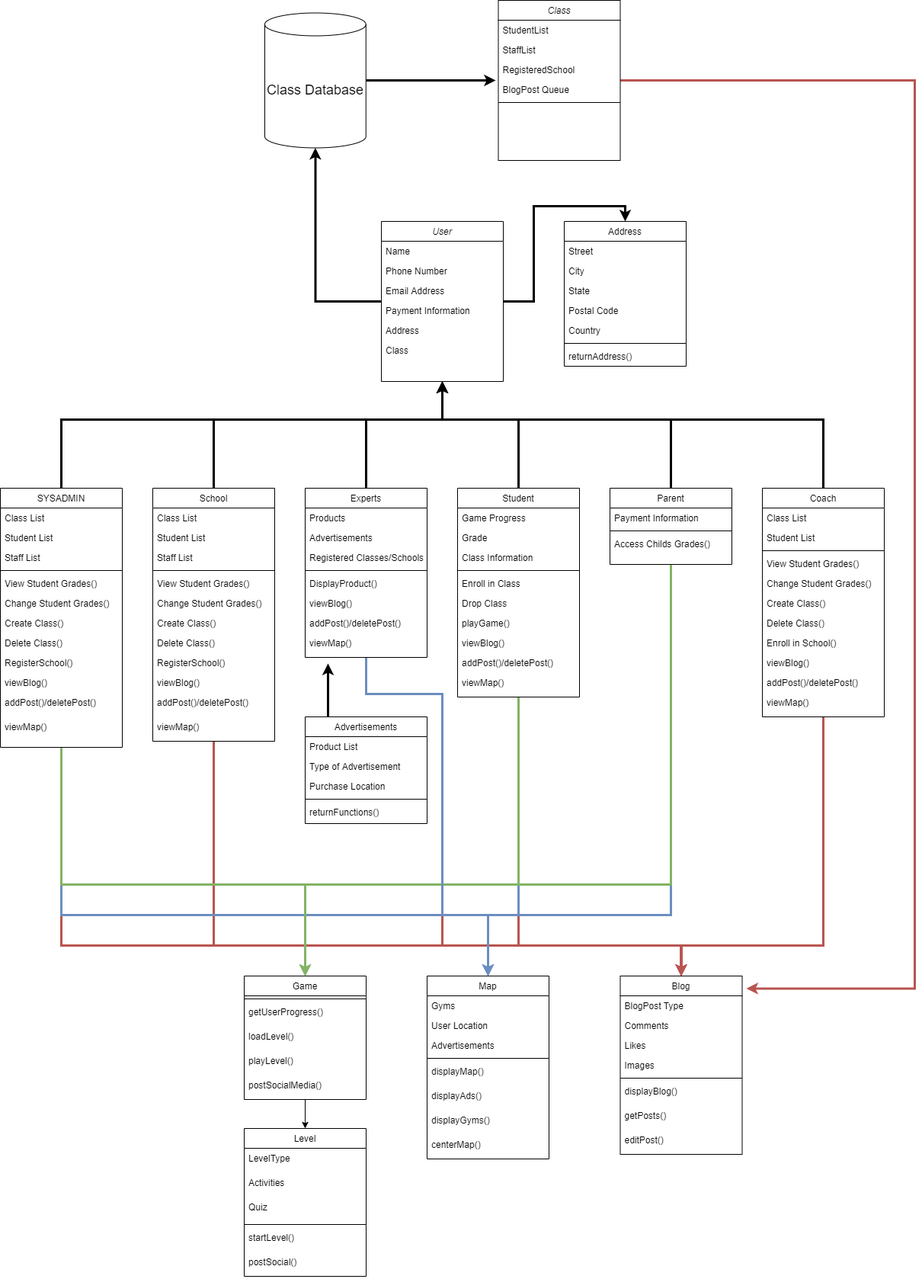
Hanandrof/Group-3-Repository keeps this draw.io diagram as Deliverables/Week_4/Class Diagram.png. Above is the earlier version. Source tidied: cells renumbered, new cells last; positions are measured from the earlier drawing's top-left corner, leaving out a move shared by most shapes.
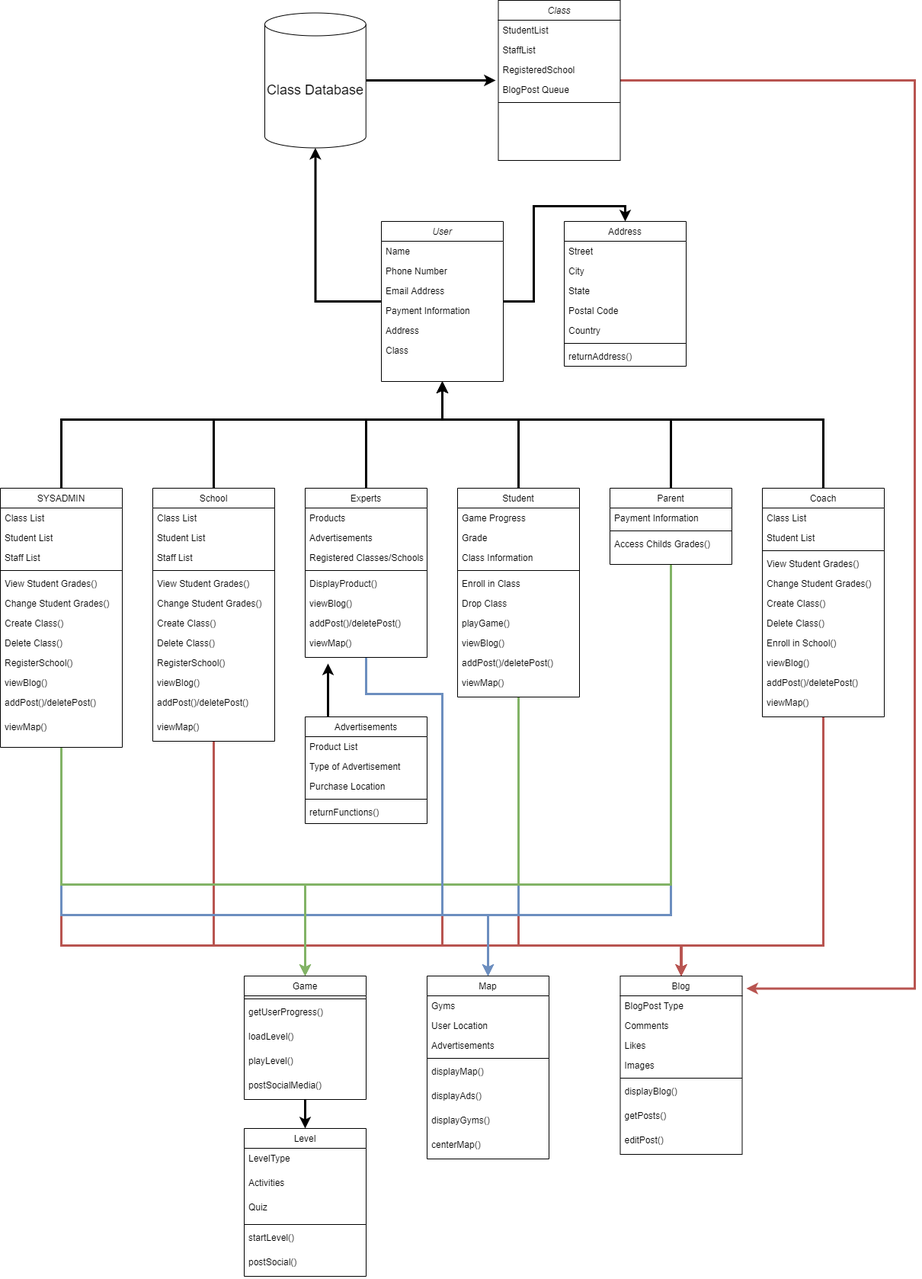
After the commit.

What changed in the source:
```diff
@@ -467,7 +467,7 @@
     <mxCell id="123" value="centerMap()" style="text;align=left;verticalAlign=top;spacingLeft=4;spacingRight=4;overflow=hidden;rounded=0;shadow=0;html=0;" parent="115" vertex="1">
       <mxGeometry y="208" width="160" height="32" as="geometry" />
     </mxCell>
-    <mxCell id="124" style="edgeStyle=orthogonalEdgeStyle;rounded=0;jettySize=auto;html=1;entryX=0.5;entryY=0;entryDx=0;entryDy=0;" parent="1" edge="1" source="125" target="131">
+    <mxCell id="124" style="edgeStyle=orthogonalEdgeStyle;rounded=0;jettySize=auto;html=1;entryX=0.5;entryY=0;entryDx=0;entryDy=0;strokeWidth=3;" parent="1" edge="1" source="125" target="131">
       <mxGeometry relative="1" as="geometry" />
     </mxCell>
     <mxCell id="125" value="Game" style="swimlane;fontStyle=0;align=center;verticalAlign=top;horizontal=1;startSize=26;rounded=0;shadow=0;strokeWidth=1;" parent="1" vertex="1">
```
